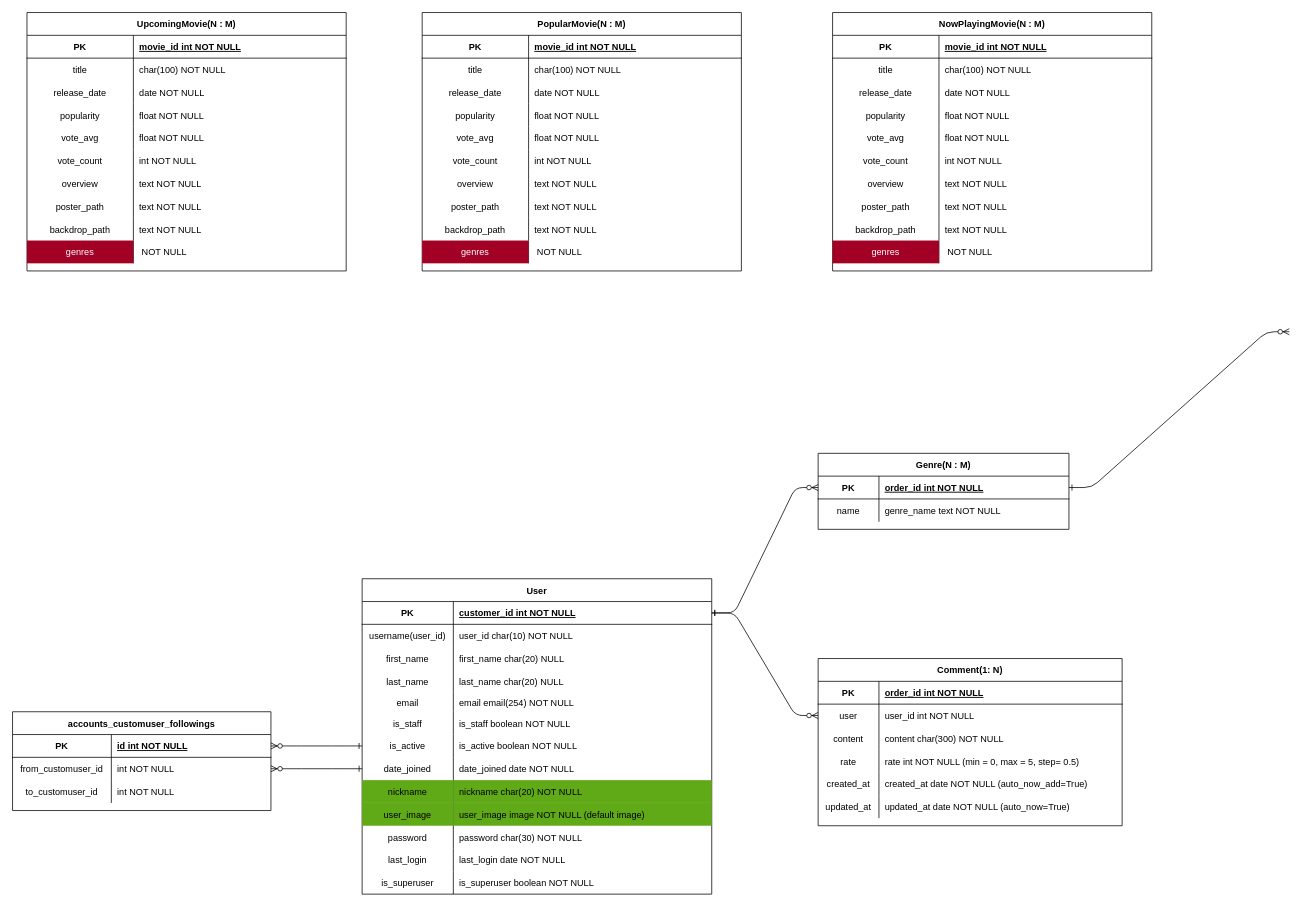
sunsetzo/Moolog keeps this draw.io diagram as Final_Project_ERM.drawio. Above is the earlier version. Source tidied: cells renumbered, new cells numbered last; positions are measured from the earlier drawing's top-left corner, leaving out a move shared by most shapes. Both pictures are drawn from the tidied source at 76%, with x=0, y=0 at pixel (12, 12).
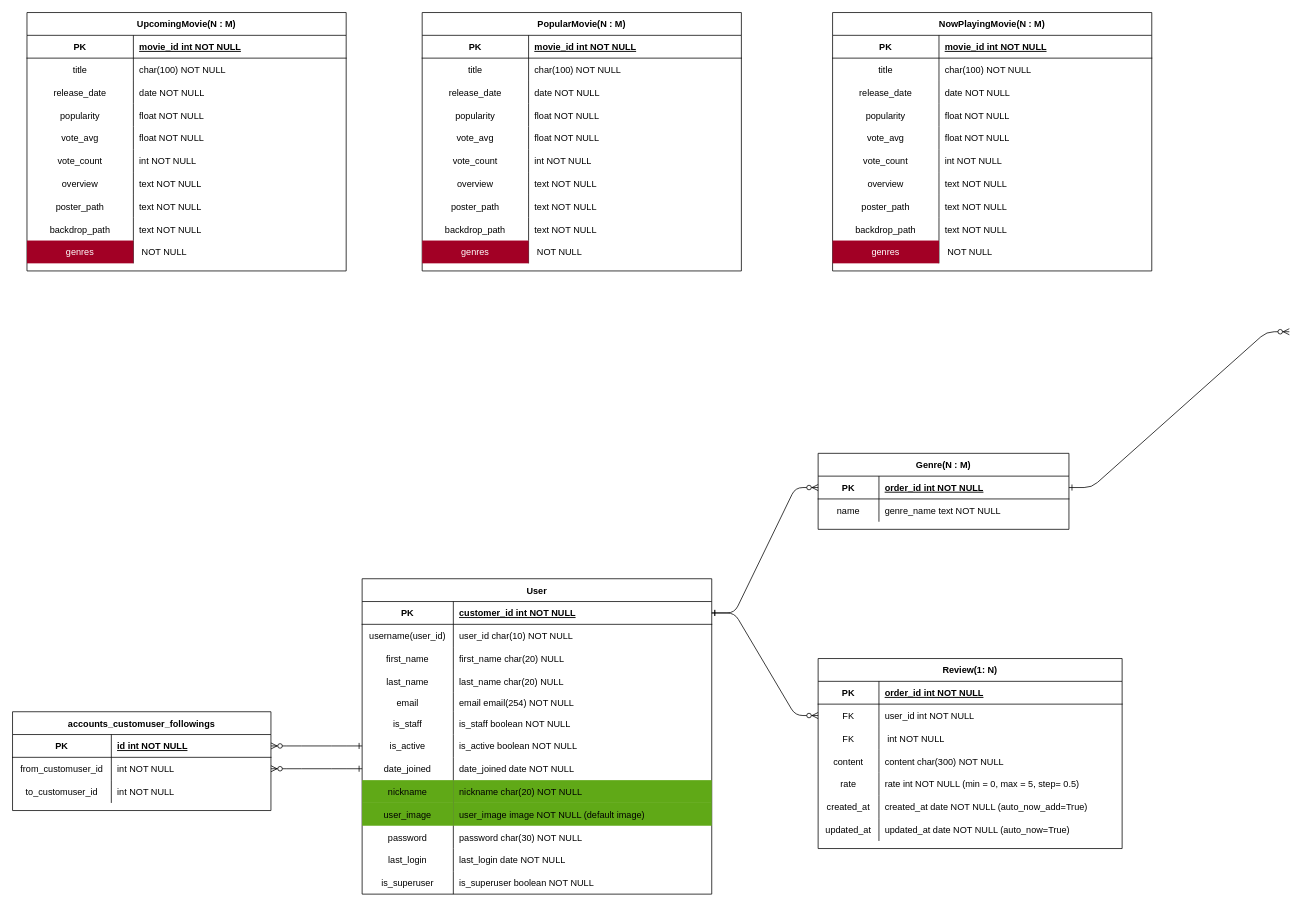
The same page after the edit.

The change refers to these unchanged cells:
```xml
<mxCell id="55" style="shape=partialRectangle;fillColor=none;points=[[0,0.5],[1,0.5]];portConstraint=eastwest;top=0;left=0;right=0;bottom=0;" parent="51" vertex="1">
  <mxGeometry y="60" width="400" height="30" as="geometry" />
</mxCell>
```

Diff of the diagram source:
```diff
@@
-    <mxCell id="51" value="Comment(1: N)" style="shape=table;startSize=30;childLayout=tableLayout;rowLines=0;fontStyle=1;align=center;" parent="1" vertex="1">
-      <mxGeometry x="1060" y="850" width="400" height="220" as="geometry" />
+    <mxCell id="51" value="Review(1: N)" style="shape=table;startSize=30;childLayout=tableLayout;rowLines=0;fontStyle=1;align=center;" parent="1" vertex="1">
+      <mxGeometry x="1060" y="850" width="400" height="250" as="geometry" />
     </mxCell>
@@
-    <mxCell id="56" value="user" style="shape=partialRectangle;overflow=hidden;fillColor=none;top=0;left=0;bottom=0;right=0;" parent="55" vertex="1">
+    <mxCell id="56" value="FK" style="shape=partialRectangle;overflow=hidden;fillColor=none;top=0;left=0;bottom=0;right=0;" parent="55" vertex="1">
       <mxGeometry width="80" height="30" as="geometry" />
     </mxCell>
@@
+    <mxCell id="177" style="shape=partialRectangle;fillColor=none;top=0;left=0;right=0;bottom=0;" parent="51" vertex="1">
+      <mxGeometry y="90" width="400" height="30" as="geometry" />
+    </mxCell>
+    <mxCell id="178" value="FK" style="shape=partialRectangle;overflow=hidden;fillColor=none;top=0;left=0;bottom=0;right=0;" parent="177" vertex="1">
+      <mxGeometry width="80" height="30" as="geometry" />
+    </mxCell>
+    <mxCell id="179" value=" int NOT NULL" style="shape=partialRectangle;overflow=hidden;fillColor=none;top=0;left=0;bottom=0;right=0;align=left;spacingLeft=6;" parent="177" vertex="1">
+      <mxGeometry x="80" width="320" height="30" as="geometry" />
+    </mxCell>
     <mxCell id="58" style="shape=partialRectangle;fillColor=none;top=0;left=0;right=0;bottom=0;" parent="51" vertex="1">
-      <mxGeometry y="90" width="400" height="30" as="geometry" />
+      <mxGeometry y="120" width="400" height="30" as="geometry" />
     </mxCell>
@@
     <mxCell id="61" style="shape=partialRectangle;fillColor=none;top=0;left=0;right=0;bottom=0;" parent="51" vertex="1">
-      <mxGeometry y="120" width="400" height="30" as="geometry" />
+      <mxGeometry y="150" width="400" height="30" as="geometry" />
     </mxCell>
@@
     <mxCell id="64" style="shape=partialRectangle;fillColor=none;top=0;left=0;right=0;bottom=0;" parent="51" vertex="1">
-      <mxGeometry y="150" width="400" height="30" as="geometry" />
+      <mxGeometry y="180" width="400" height="30" as="geometry" />
     </mxCell>
@@
     <mxCell id="67" style="shape=partialRectangle;fillColor=none;top=0;left=0;right=0;bottom=0;" parent="51" vertex="1">
-      <mxGeometry y="180" width="400" height="30" as="geometry" />
+      <mxGeometry y="210" width="400" height="30" as="geometry" />
     </mxCell>
```
